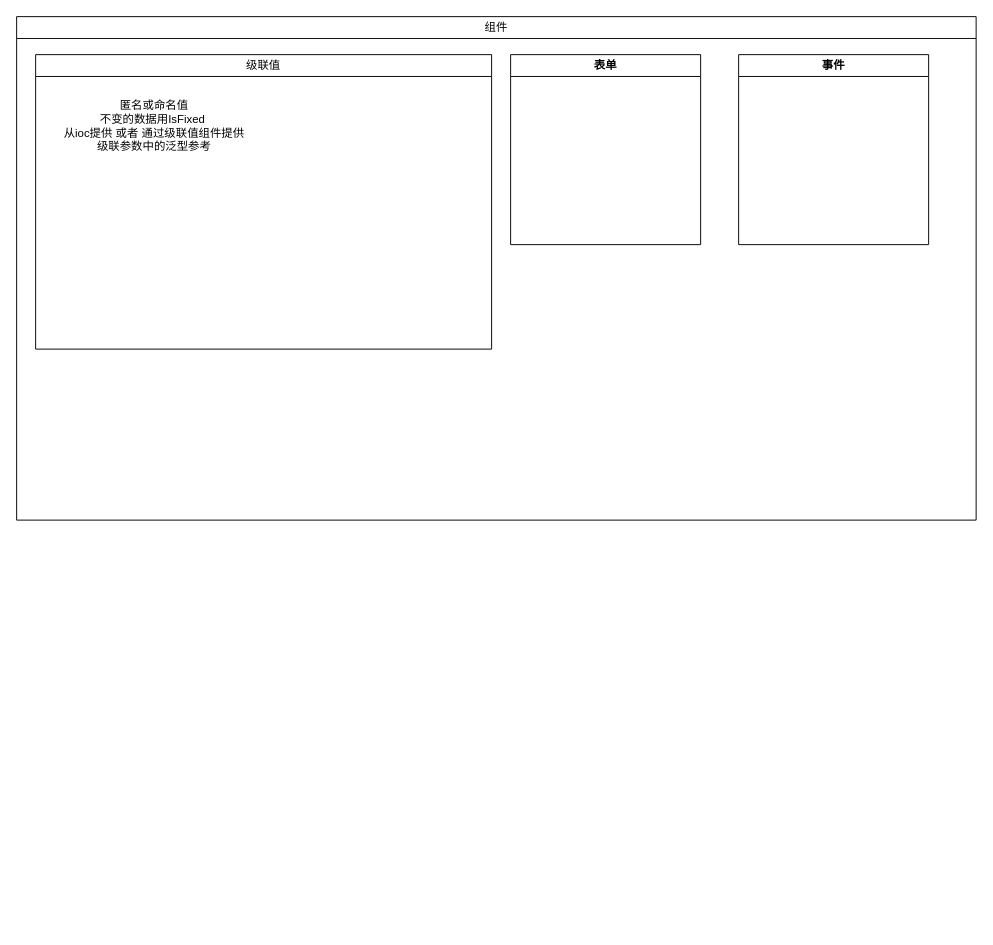
The draw.io diagram blazor学习思维导图.drawio in bxjg1987/abpGeneralModules, before the edit. Source tidied: cells renumbered, new cells numbered last; positions are measured from the earlier drawing's top-left corner, leaving out a move shared by most shapes. Both pictures are drawn from the tidied source at 95%, with x=0, y=0 at pixel (16, 16).
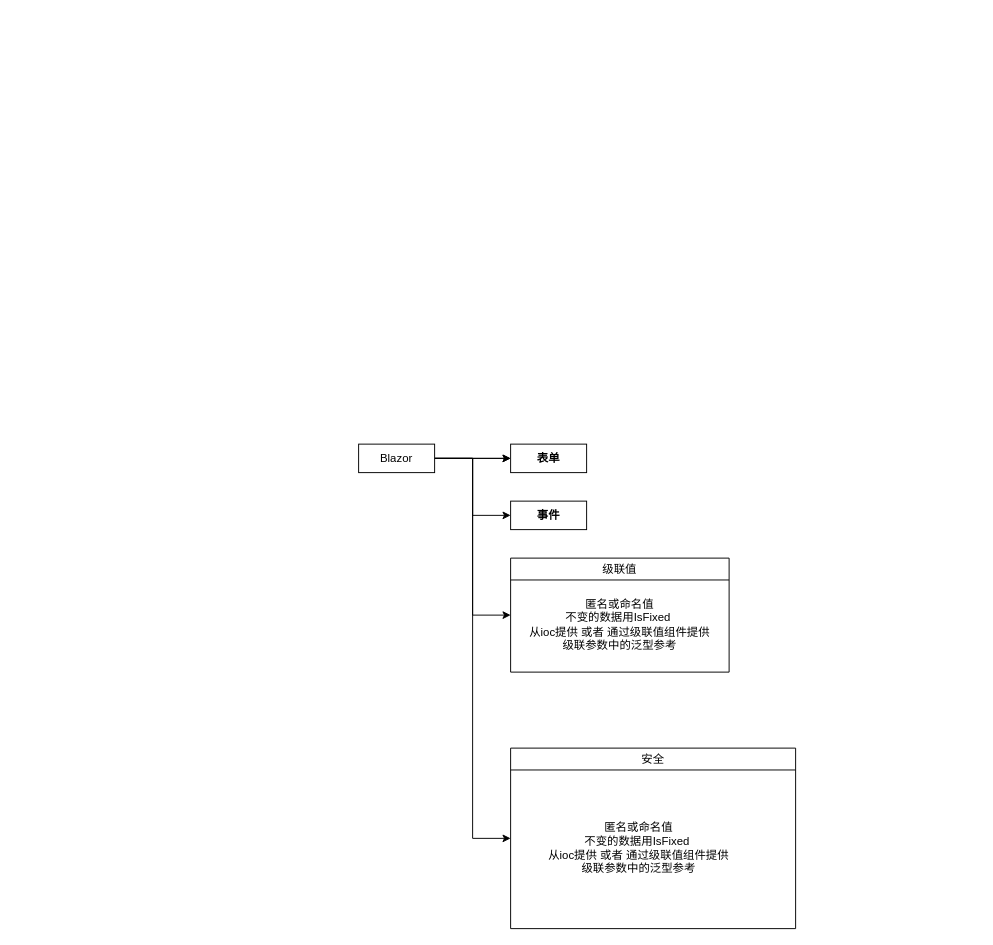
The same page after the edit.

Commit message:
更新blazor学习思维导图.drawio

Change to the diagram source:
```diff
@@
 <mxGraphModel>
   <root>
     <mxCell id="0" />
     <mxCell id="1" parent="0" />
-    <mxCell id="2" value="&lt;span style=&quot;font-weight: 400;&quot;&gt;组件&lt;/span&gt;" style="swimlane;whiteSpace=wrap;html=1;startSize=23;" parent="1" vertex="1">
-      <mxGeometry width="1010" height="530" as="geometry" />
-    </mxCell>
-    <mxCell id="3" value="&lt;span style=&quot;font-weight: 400; text-align: left;&quot;&gt;级联值&lt;/span&gt;" style="swimlane;whiteSpace=wrap;html=1;" parent="2" vertex="1">
-      <mxGeometry x="20" y="40" width="480" height="310" as="geometry" />
+    <mxCell id="3" value="&lt;span style=&quot;font-weight: 400; text-align: left;&quot;&gt;级联值&lt;/span&gt;" style="swimlane;whiteSpace=wrap;html=1;" parent="1" vertex="1">
+      <mxGeometry x="520" y="570" width="230" height="120" as="geometry" />
     </mxCell>
     <mxCell id="4" value="&lt;span style=&quot;text-align: left;&quot;&gt;匿名或命名值&lt;/span&gt;&lt;div&gt;&lt;span style=&quot;text-align: left;&quot;&gt;不变的数据用IsFixed&amp;nbsp;&lt;/span&gt;&lt;span style=&quot;text-align: left;&quot;&gt;&lt;br&gt;&lt;/span&gt;&lt;/div&gt;&lt;div&gt;&lt;span style=&quot;text-align: left;&quot;&gt;从ioc提供 或者 通过级联值组件提供&lt;/span&gt;&lt;span style=&quot;text-align: left;&quot;&gt;&lt;br&gt;&lt;/span&gt;&lt;/div&gt;&lt;div&gt;&lt;span style=&quot;text-align: left;&quot;&gt;级联参数中的泛型参考&lt;/span&gt;&lt;span style=&quot;text-align: left;&quot;&gt;&lt;br&gt;&lt;/span&gt;&lt;/div&gt;" style="text;html=1;align=center;verticalAlign=middle;whiteSpace=wrap;rounded=0;" parent="3" vertex="1">
-      <mxGeometry x="20" y="40" width="210" height="70" as="geometry" />
+      <mxGeometry x="10" y="30" width="210" height="80" as="geometry" />
     </mxCell>
+    <mxCell id="7" style="edgeStyle=orthogonalEdgeStyle;rounded=0;jettySize=auto;html=1;" parent="1" edge="1" source="12" target="6">
+      <mxGeometry relative="1" as="geometry" />
+    </mxCell>
+    <mxCell id="8" style="edgeStyle=orthogonalEdgeStyle;rounded=0;jettySize=auto;html=1;" parent="1" edge="1" source="12" target="6">
+      <mxGeometry relative="1" as="geometry" />
+    </mxCell>
+    <mxCell id="9" style="edgeStyle=orthogonalEdgeStyle;rounded=0;jettySize=auto;html=1;exitX=1;exitY=0.5;exitDx=0;exitDy=0;entryX=0;entryY=0.5;entryDx=0;entryDy=0;" parent="1" edge="1" source="12" target="5">
+      <mxGeometry relative="1" as="geometry" />
+    </mxCell>
+    <mxCell id="10" style="edgeStyle=orthogonalEdgeStyle;rounded=0;jettySize=auto;html=1;exitX=1;exitY=0.5;exitDx=0;exitDy=0;entryX=0;entryY=0.5;entryDx=0;entryDy=0;" parent="1" edge="1" source="12" target="3">
+      <mxGeometry relative="1" as="geometry" />
+    </mxCell>
+    <mxCell id="11" style="edgeStyle=orthogonalEdgeStyle;rounded=0;jettySize=auto;html=1;exitX=1;exitY=0.5;exitDx=0;exitDy=0;entryX=0;entryY=0.5;entryDx=0;entryDy=0;" parent="1" edge="1" source="12" target="13">
+      <mxGeometry relative="1" as="geometry" />
+    </mxCell>
+    <mxCell id="12" value="Blazor" style="rounded=0;whiteSpace=wrap;html=1;" parent="1" vertex="1">
+      <mxGeometry x="360" y="450" width="80" height="30" as="geometry" />
+    </mxCell>
+    <mxCell id="6" value="&lt;span style=&quot;font-weight: 700;&quot;&gt;表单&lt;/span&gt;" style="rounded=0;whiteSpace=wrap;html=1;" parent="1" vertex="1">
+      <mxGeometry x="520" y="450" width="80" height="30" as="geometry" />
+    </mxCell>
-    <mxCell id="5" value="事件" style="swimlane;whiteSpace=wrap;html=1;" parent="2" vertex="1">
-      <mxGeometry x="760" y="40" width="200" height="200" as="geometry" />
+    <mxCell id="5" value="&lt;span style=&quot;font-weight: 700;&quot;&gt;事件&lt;/span&gt;" style="rounded=0;whiteSpace=wrap;html=1;" parent="1" vertex="1">
+      <mxGeometry x="520" y="510" width="80" height="30" as="geometry" />
     </mxCell>
-    <mxCell id="6" value="表单" style="swimlane;whiteSpace=wrap;html=1;" parent="2" vertex="1">
-      <mxGeometry x="520" y="40" width="200" height="200" as="geometry" />
-    </mxCell>
+    <mxCell id="13" value="&lt;span style=&quot;font-weight: 400; text-align: left;&quot;&gt;安全&lt;/span&gt;" style="swimlane;whiteSpace=wrap;html=1;" parent="1" vertex="1">
+      <mxGeometry x="520" y="770" width="300" height="190" as="geometry" />
+    </mxCell>
+    <mxCell id="14" value="&lt;span style=&quot;text-align: left;&quot;&gt;匿名或命名值&lt;/span&gt;&lt;div&gt;&lt;span style=&quot;text-align: left;&quot;&gt;不变的数据用IsFixed&amp;nbsp;&lt;/span&gt;&lt;span style=&quot;text-align: left;&quot;&gt;&lt;br&gt;&lt;/span&gt;&lt;/div&gt;&lt;div&gt;&lt;span style=&quot;text-align: left;&quot;&gt;从ioc提供 或者 通过级联值组件提供&lt;/span&gt;&lt;span style=&quot;text-align: left;&quot;&gt;&lt;br&gt;&lt;/span&gt;&lt;/div&gt;&lt;div&gt;&lt;span style=&quot;text-align: left;&quot;&gt;级联参数中的泛型参考&lt;/span&gt;&lt;span style=&quot;text-align: left;&quot;&gt;&lt;br&gt;&lt;/span&gt;&lt;/div&gt;" style="text;html=1;align=center;verticalAlign=middle;whiteSpace=wrap;rounded=0;" parent="13" vertex="1">
+      <mxGeometry x="30" y="50" width="210" height="110" as="geometry" />
+    </mxCell>
   </root>
 </mxGraphModel>
```
